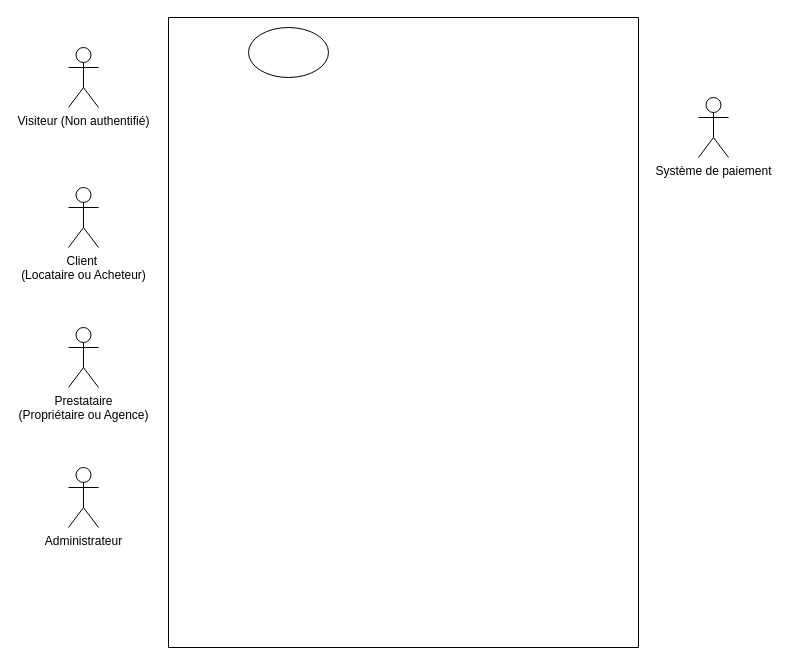
Above: ProjectDB.drawio in CHNADIR/DB_Oracle--Front (draw.io), before the change. Source tidied: cells renumbered, new cells numbered last; positions are measured from the earlier drawing's top-left corner, leaving out a move shared by most shapes. Both pictures are drawn from the tidied source at 100%, with x=0, y=0 at pixel (68, 17).
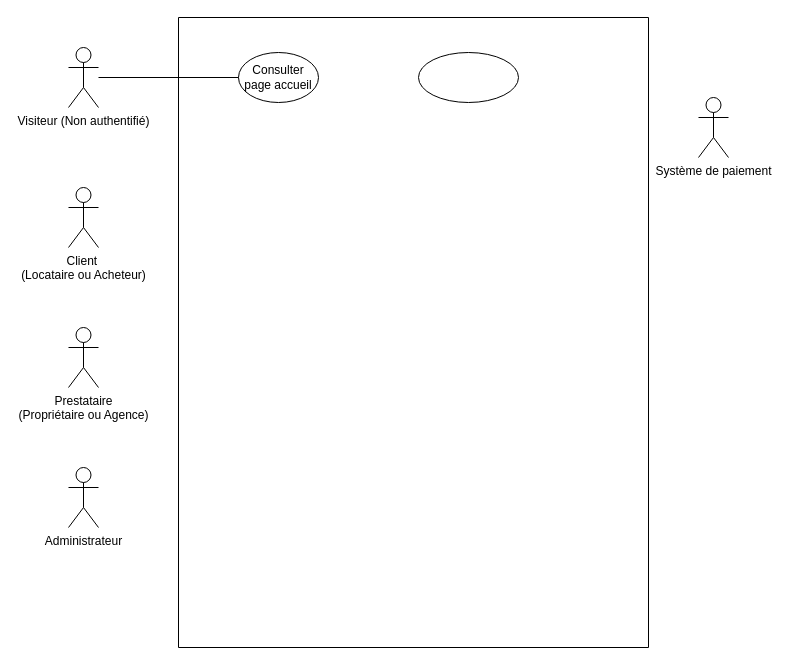
After the change.

Commit message (it also covers changes not shown here):
Mettre à jour ProjectDB.drawio

Change to the diagram source:
```diff
@@
 <mxGraphModel>
   <root>
     <mxCell id="0" />
     <mxCell id="1" parent="0" />
     <mxCell id="2" style="swimlane;startSize=0;" parent="1" vertex="1">
-      <mxGeometry x="100" width="470" height="630" as="geometry" />
+      <mxGeometry x="110" width="470" height="630" as="geometry" />
     </mxCell>
-    <mxCell id="3" style="ellipse;whiteSpace=wrap;html=1;" parent="2" vertex="1">
-      <mxGeometry x="80" y="10" width="80" height="50" as="geometry" />
-    </mxCell>
+    <mxCell id="9" value="&lt;div&gt;Consulter page accueil&lt;/div&gt;" style="ellipse;whiteSpace=wrap;html=1;" parent="2" vertex="1">
+      <mxGeometry x="60" y="35" width="80" height="50" as="geometry" />
+    </mxCell>
+    <mxCell id="10" style="ellipse;whiteSpace=wrap;html=1;" parent="2" vertex="1">
+      <mxGeometry x="240" y="35" width="100" height="50" as="geometry" />
+    </mxCell>
     <mxCell id="4" value="Visiteur (Non authentifié) " style="shape=umlActor;verticalLabelPosition=bottom;verticalAlign=top;html=1;outlineConnect=0;" parent="1" vertex="1">
       <mxGeometry y="30" width="30" height="60" as="geometry" />
     </mxCell>
     <mxCell id="5" value="Client&amp;nbsp;&lt;div&gt;(Locataire ou Acheteur)&lt;/div&gt;" style="shape=umlActor;verticalLabelPosition=bottom;verticalAlign=top;html=1;" parent="1" vertex="1">
       <mxGeometry y="170" width="30" height="60" as="geometry" />
     </mxCell>
     <mxCell id="6" value="&lt;div&gt;Prestataire&lt;/div&gt;(Propriétaire ou Agence)" style="shape=umlActor;verticalLabelPosition=bottom;verticalAlign=top;html=1;" parent="1" vertex="1">
       <mxGeometry y="310" width="30" height="60" as="geometry" />
     </mxCell>
     <mxCell id="7" value="Administrateur " style="shape=umlActor;verticalLabelPosition=bottom;verticalAlign=top;html=1;" parent="1" vertex="1">
       <mxGeometry y="450" width="30" height="60" as="geometry" />
     </mxCell>
     <mxCell id="8" value="Système de paiement " style="shape=umlActor;verticalLabelPosition=bottom;verticalAlign=top;html=1;" parent="1" vertex="1">
       <mxGeometry x="630" y="80" width="30" height="60" as="geometry" />
     </mxCell>
+    <mxCell id="11" style="endArrow=none;html=1;rounded=0;entryX=0;entryY=0.5;entryDx=0;entryDy=0;" parent="1" edge="1" source="4" target="9">
+      <mxGeometry relative="1" as="geometry" />
+    </mxCell>
   </root>
 </mxGraphModel>
```
